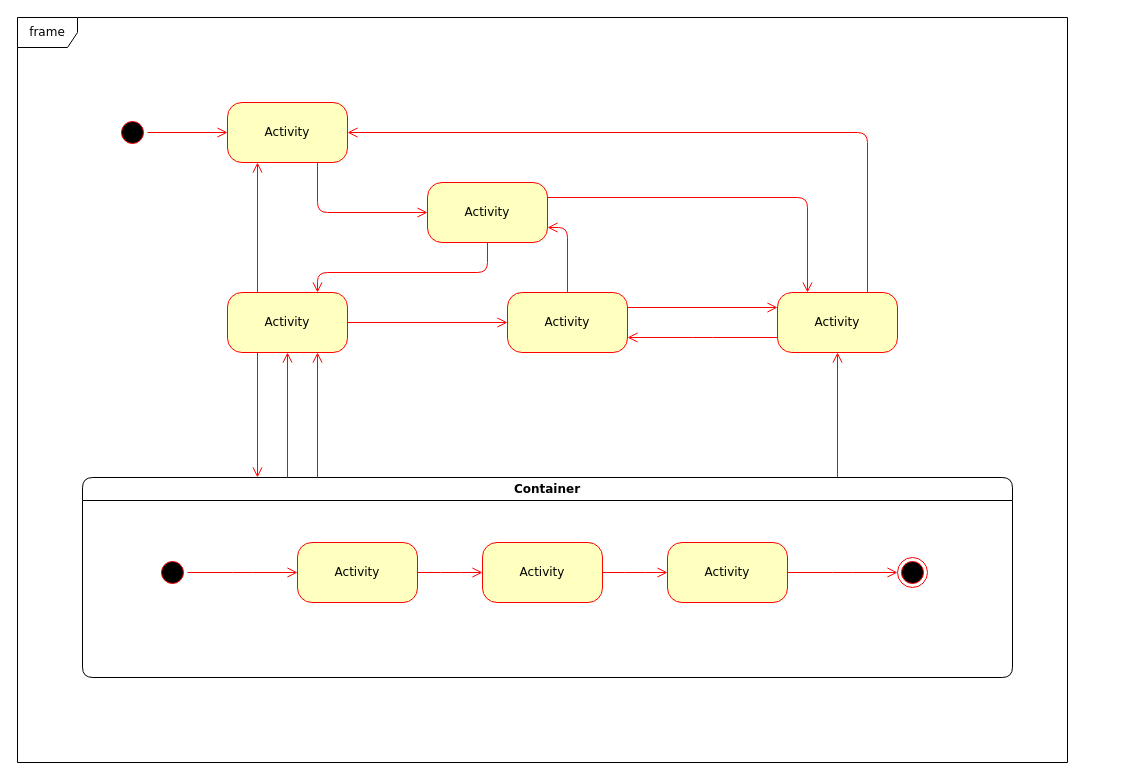
The draw.io diagram estadosGrampeadeira.drawio in JonanMuller/M04196N03_Grampeadeira, before the edit. Source tidied: cells renumbered, new cells numbered last; positions are measured from the earlier drawing's top-left corner, leaving out a move shared by most shapes. Both pictures are drawn from the tidied source at 100%, with x=0, y=0 at pixel (17, 17).
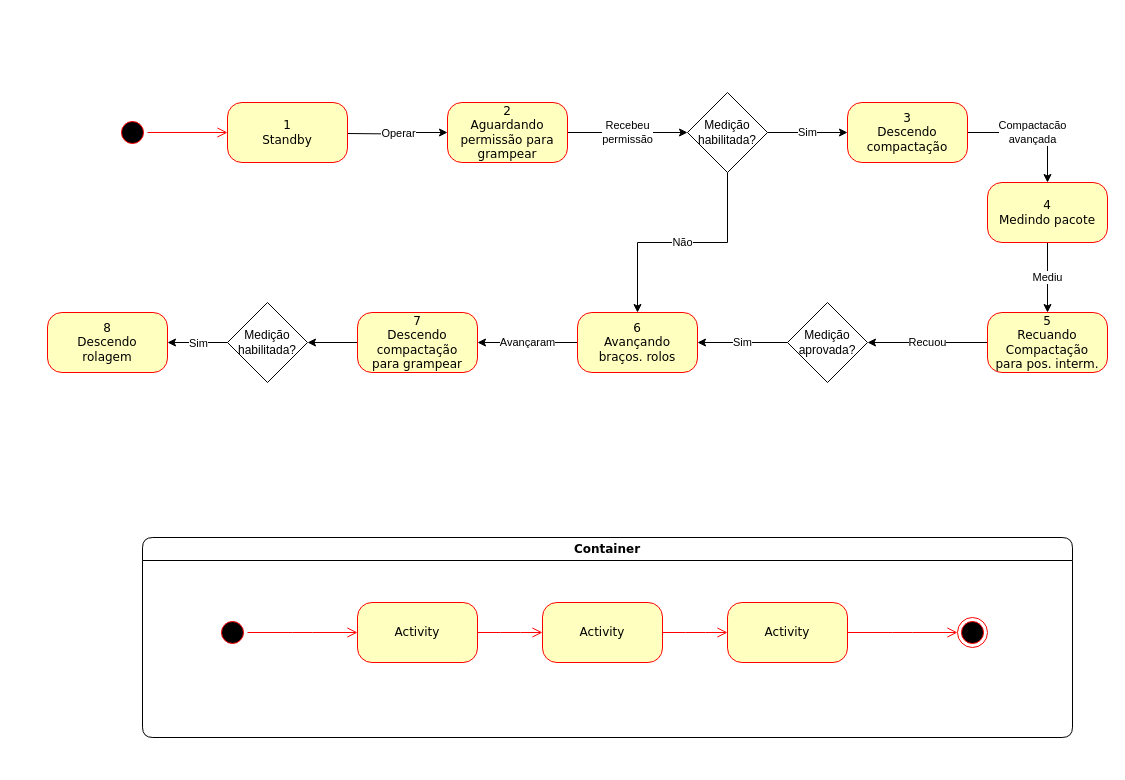
The same page after the edit.

What changed in the source:
```diff
@@
-    <mxCell id="3" value="Activity" style="rounded=1;whiteSpace=wrap;html=1;arcSize=24;fillColor=#ffffc0;strokeColor=#ff0000;shadow=0;comic=0;labelBackgroundColor=none;fontFamily=Verdana;fontSize=12;fontColor=#000000;align=center;" parent="1" vertex="1">
-      <mxGeometry x="210" y="275" width="120" height="60" as="geometry" />
-    </mxCell>
+    <mxCell id="33" value="Operar" style="edgeStyle=orthogonalEdgeStyle;rounded=0;jettySize=auto;html=1;entryX=0;entryY=0.5;entryDx=0;entryDy=0;" parent="1" edge="1" target="35">
+      <mxGeometry relative="1" as="geometry">
+        <mxPoint x="330" y="116" as="sourcePoint" />
+      </mxGeometry>
+    </mxCell>
-    <mxCell id="4" value="Activity" style="rounded=1;whiteSpace=wrap;html=1;arcSize=24;fillColor=#ffffc0;strokeColor=#ff0000;shadow=0;comic=0;labelBackgroundColor=none;fontFamily=Verdana;fontSize=12;fontColor=#000000;align=center;" parent="1" vertex="1">
+    <mxCell id="4" value="1&lt;br&gt;Standby" style="rounded=1;whiteSpace=wrap;html=1;arcSize=24;fillColor=#ffffc0;strokeColor=#ff0000;shadow=0;comic=0;labelBackgroundColor=none;fontFamily=Verdana;fontSize=12;fontColor=#000000;align=center;" parent="1" vertex="1">
       <mxGeometry x="210" y="85" width="120" height="60" as="geometry" />
     </mxCell>
-    <mxCell id="5" style="edgeStyle=orthogonalEdgeStyle;html=1;exitX=1;exitY=0.25;entryX=0.25;entryY=0;labelBackgroundColor=none;endArrow=open;endSize=8;strokeColor=#ff0000;fontFamily=Verdana;fontSize=12;align=left;" parent="1" edge="1" source="6" target="9">
-      <mxGeometry relative="1" as="geometry" />
-    </mxCell>
-    <mxCell id="6" value="Activity" style="rounded=1;whiteSpace=wrap;html=1;arcSize=24;fillColor=#ffffc0;strokeColor=#ff0000;shadow=0;comic=0;labelBackgroundColor=none;fontFamily=Verdana;fontSize=12;fontColor=#000000;align=center;" parent="1" vertex="1">
-      <mxGeometry x="410" y="165" width="120" height="60" as="geometry" />
-    </mxCell>
-    <mxCell id="7" style="edgeStyle=orthogonalEdgeStyle;html=1;exitX=0.75;exitY=0;entryX=1;entryY=0.5;labelBackgroundColor=none;endArrow=open;endSize=8;strokeColor=#ff0000;fontFamily=Verdana;fontSize=12;align=left;" parent="1" edge="1" source="9" target="4">
-      <mxGeometry relative="1" as="geometry">
-        <Array as="points">
-          <mxPoint x="850" y="115" />
-        </Array>
-      </mxGeometry>
-    </mxCell>
-    <mxCell id="8" style="edgeStyle=elbowEdgeStyle;html=1;exitX=0;exitY=0.75;entryX=1;entryY=0.75;labelBackgroundColor=none;endArrow=open;endSize=8;strokeColor=#ff0000;fontFamily=Verdana;fontSize=12;align=left;" parent="1" edge="1" source="9" target="10">
-      <mxGeometry relative="1" as="geometry" />
-    </mxCell>
-    <mxCell id="9" value="Activity" style="rounded=1;whiteSpace=wrap;html=1;arcSize=24;fillColor=#ffffc0;strokeColor=#ff0000;shadow=0;comic=0;labelBackgroundColor=none;fontFamily=Verdana;fontSize=12;fontColor=#000000;align=center;" parent="1" vertex="1">
-      <mxGeometry x="760" y="275" width="120" height="60" as="geometry" />
-    </mxCell>
-    <mxCell id="10" value="Activity" style="rounded=1;whiteSpace=wrap;html=1;arcSize=24;fillColor=#ffffc0;strokeColor=#ff0000;shadow=0;comic=0;labelBackgroundColor=none;fontFamily=Verdana;fontSize=12;fontColor=#000000;align=center;" parent="1" vertex="1">
-      <mxGeometry x="490" y="275" width="120" height="60" as="geometry" />
-    </mxCell>
-    <mxCell id="11" style="edgeStyle=elbowEdgeStyle;html=1;labelBackgroundColor=none;endArrow=open;endSize=8;strokeColor=#ff0000;fontFamily=Verdana;fontSize=12;align=left;" parent="1" edge="1" source="12" target="9">
-      <mxGeometry relative="1" as="geometry" />
-    </mxCell>
     <mxCell id="12" value="Container" style="swimlane;whiteSpace=wrap;html=1;rounded=1;shadow=0;comic=0;labelBackgroundColor=none;strokeWidth=1;fontFamily=Verdana;fontSize=12;align=center;" parent="1" vertex="1">
-      <mxGeometry x="65" y="460" width="930" height="200" as="geometry" />
+      <mxGeometry x="125" y="520" width="930" height="200" as="geometry" />
     </mxCell>
@@
-    <mxCell id="22" value="frame" style="shape=umlFrame;whiteSpace=wrap;html=1;rounded=1;shadow=0;comic=0;labelBackgroundColor=none;strokeWidth=1;fontFamily=Verdana;fontSize=12;align=center;" parent="1" vertex="1">
-      <mxGeometry width="1050" height="745" as="geometry" />
-    </mxCell>
@@
-    <mxCell id="24" style="edgeStyle=orthogonalEdgeStyle;html=1;labelBackgroundColor=none;endArrow=open;endSize=8;strokeColor=#ff0000;fontFamily=Verdana;fontSize=12;align=left;entryX=0;entryY=0.5;" parent="1" edge="1" source="4" target="6">
-      <mxGeometry relative="1" as="geometry">
-        <Array as="points">
-          <mxPoint x="300" y="195" />
-        </Array>
-      </mxGeometry>
-    </mxCell>
-    <mxCell id="25" style="edgeStyle=orthogonalEdgeStyle;html=1;entryX=0.75;entryY=0;labelBackgroundColor=none;endArrow=open;endSize=8;strokeColor=#ff0000;fontFamily=Verdana;fontSize=12;align=left;exitX=0.5;exitY=1;" parent="1" edge="1" source="6" target="3">
-      <mxGeometry relative="1" as="geometry">
-        <Array as="points">
-          <mxPoint x="470" y="255" />
-          <mxPoint x="300" y="255" />
-        </Array>
-      </mxGeometry>
-    </mxCell>
-    <mxCell id="26" style="edgeStyle=orthogonalEdgeStyle;html=1;exitX=0.25;exitY=0;entryX=0.25;entryY=1;labelBackgroundColor=none;endArrow=open;endSize=8;strokeColor=#ff0000;fontFamily=Verdana;fontSize=12;align=left;" parent="1" edge="1" source="3" target="4">
-      <mxGeometry relative="1" as="geometry" />
-    </mxCell>
-    <mxCell id="27" style="edgeStyle=orthogonalEdgeStyle;html=1;exitX=1;exitY=0.5;entryX=0;entryY=0.5;labelBackgroundColor=none;endArrow=open;endSize=8;strokeColor=#ff0000;fontFamily=Verdana;fontSize=12;align=left;" parent="1" edge="1" source="3" target="10">
-      <mxGeometry relative="1" as="geometry" />
-    </mxCell>
-    <mxCell id="28" style="edgeStyle=orthogonalEdgeStyle;html=1;exitX=0.5;exitY=0;entryX=1;entryY=0.75;labelBackgroundColor=none;endArrow=open;endSize=8;strokeColor=#ff0000;fontFamily=Verdana;fontSize=12;align=left;" parent="1" edge="1" source="10" target="6">
-      <mxGeometry relative="1" as="geometry" />
-    </mxCell>
-    <mxCell id="29" style="edgeStyle=orthogonalEdgeStyle;html=1;exitX=1;exitY=0.25;entryX=0;entryY=0.25;labelBackgroundColor=none;endArrow=open;endSize=8;strokeColor=#ff0000;fontFamily=Verdana;fontSize=12;align=left;" parent="1" edge="1" source="10" target="9">
-      <mxGeometry relative="1" as="geometry" />
-    </mxCell>
-    <mxCell id="30" style="edgeStyle=elbowEdgeStyle;html=1;labelBackgroundColor=none;endArrow=open;endSize=8;strokeColor=#ff0000;fontFamily=Verdana;fontSize=12;align=left;entryX=0.75;entryY=1;" parent="1" edge="1" source="12" target="3">
-      <mxGeometry relative="1" as="geometry" />
-    </mxCell>
-    <mxCell id="31" style="edgeStyle=elbowEdgeStyle;html=1;labelBackgroundColor=none;endArrow=open;endSize=8;strokeColor=#ff0000;fontFamily=Verdana;fontSize=12;align=left;entryX=0.5;entryY=1;" parent="1" edge="1" source="12" target="3">
-      <mxGeometry relative="1" as="geometry" />
-    </mxCell>
-    <mxCell id="32" style="edgeStyle=elbowEdgeStyle;html=1;labelBackgroundColor=none;endArrow=open;endSize=8;strokeColor=#ff0000;fontFamily=Verdana;fontSize=12;align=left;exitX=0.25;exitY=1;" parent="1" edge="1" source="3" target="12">
-      <mxGeometry relative="1" as="geometry" />
-    </mxCell>
+    <mxCell id="34" value="Recebeu&lt;br&gt;permissão" style="edgeStyle=orthogonalEdgeStyle;rounded=0;jettySize=auto;html=1;" parent="1" edge="1" source="35" target="40">
+      <mxGeometry relative="1" as="geometry" />
+    </mxCell>
+    <mxCell id="35" value="2&lt;br&gt;Aguardando&lt;br&gt;permissão para&lt;br&gt;grampear" style="rounded=1;whiteSpace=wrap;html=1;arcSize=24;fillColor=#ffffc0;strokeColor=#ff0000;shadow=0;comic=0;labelBackgroundColor=none;fontFamily=Verdana;fontSize=12;fontColor=#000000;align=center;" parent="1" vertex="1">
+      <mxGeometry x="430" y="85" width="120" height="60" as="geometry" />
+    </mxCell>
+    <mxCell id="36" value="Compactacão&lt;br&gt;avançada" style="edgeStyle=orthogonalEdgeStyle;rounded=0;jettySize=auto;html=1;exitX=1;exitY=0.5;exitDx=0;exitDy=0;entryX=0.5;entryY=0;entryDx=0;entryDy=0;" parent="1" edge="1" source="37" target="42">
+      <mxGeometry relative="1" as="geometry" />
+    </mxCell>
+    <mxCell id="37" value="3&lt;br&gt;Descendo&lt;br&gt;compactação" style="rounded=1;whiteSpace=wrap;html=1;arcSize=24;fillColor=#ffffc0;strokeColor=#ff0000;shadow=0;comic=0;labelBackgroundColor=none;fontFamily=Verdana;fontSize=12;fontColor=#000000;align=center;" parent="1" vertex="1">
+      <mxGeometry x="830" y="85" width="120" height="60" as="geometry" />
+    </mxCell>
+    <mxCell id="38" value="Sim" style="edgeStyle=orthogonalEdgeStyle;rounded=0;jettySize=auto;html=1;exitX=1;exitY=0.5;exitDx=0;exitDy=0;entryX=0;entryY=0.5;entryDx=0;entryDy=0;" parent="1" edge="1" source="40" target="37">
+      <mxGeometry relative="1" as="geometry" />
+    </mxCell>
+    <mxCell id="39" value="Não" style="edgeStyle=orthogonalEdgeStyle;rounded=0;jettySize=auto;html=1;exitX=0.5;exitY=1;exitDx=0;exitDy=0;entryX=0.5;entryY=0;entryDx=0;entryDy=0;" parent="1" edge="1" source="40" target="46">
+      <mxGeometry relative="1" as="geometry" />
+    </mxCell>
+    <mxCell id="40" value="Medição&lt;br&gt;habilitada?" style="rhombus;whiteSpace=wrap;html=1;" parent="1" vertex="1">
+      <mxGeometry x="670" y="75" width="80" height="80" as="geometry" />
+    </mxCell>
+    <mxCell id="41" value="Mediu" style="edgeStyle=orthogonalEdgeStyle;rounded=0;jettySize=auto;html=1;" parent="1" edge="1" source="42" target="44">
+      <mxGeometry relative="1" as="geometry" />
+    </mxCell>
+    <mxCell id="42" value="4&lt;br&gt;Medindo pacote" style="rounded=1;whiteSpace=wrap;html=1;arcSize=24;fillColor=#ffffc0;strokeColor=#ff0000;shadow=0;comic=0;labelBackgroundColor=none;fontFamily=Verdana;fontSize=12;fontColor=#000000;align=center;" parent="1" vertex="1">
+      <mxGeometry x="970" y="165" width="120" height="60" as="geometry" />
+    </mxCell>
+    <mxCell id="43" value="Recuou" style="edgeStyle=orthogonalEdgeStyle;rounded=0;jettySize=auto;html=1;" parent="1" edge="1" source="44" target="53">
+      <mxGeometry relative="1" as="geometry" />
+    </mxCell>
+    <mxCell id="44" value="5&lt;br&gt;Recuando&lt;br&gt;Compactação&lt;br&gt;para pos. interm." style="rounded=1;whiteSpace=wrap;html=1;arcSize=24;fillColor=#ffffc0;strokeColor=#ff0000;shadow=0;comic=0;labelBackgroundColor=none;fontFamily=Verdana;fontSize=12;fontColor=#000000;align=center;" parent="1" vertex="1">
+      <mxGeometry x="970" y="295" width="120" height="60" as="geometry" />
+    </mxCell>
+    <mxCell id="45" value="Avançaram" style="edgeStyle=orthogonalEdgeStyle;rounded=0;jettySize=auto;html=1;" parent="1" edge="1" source="46" target="48">
+      <mxGeometry relative="1" as="geometry" />
+    </mxCell>
+    <mxCell id="46" value="6&lt;br&gt;Avançando&lt;br&gt;braços. rolos" style="rounded=1;whiteSpace=wrap;html=1;arcSize=24;fillColor=#ffffc0;strokeColor=#ff0000;shadow=0;comic=0;labelBackgroundColor=none;fontFamily=Verdana;fontSize=12;fontColor=#000000;align=center;" parent="1" vertex="1">
+      <mxGeometry x="560" y="295" width="120" height="60" as="geometry" />
+    </mxCell>
+    <mxCell id="47" style="edgeStyle=orthogonalEdgeStyle;rounded=0;jettySize=auto;html=1;" parent="1" edge="1" source="48" target="51">
+      <mxGeometry relative="1" as="geometry" />
+    </mxCell>
+    <mxCell id="48" value="7&lt;br&gt;Descendo compactação&lt;br&gt;para grampear" style="rounded=1;whiteSpace=wrap;html=1;arcSize=24;fillColor=#ffffc0;strokeColor=#ff0000;shadow=0;comic=0;labelBackgroundColor=none;fontFamily=Verdana;fontSize=12;fontColor=#000000;align=center;" parent="1" vertex="1">
+      <mxGeometry x="340" y="295" width="120" height="60" as="geometry" />
+    </mxCell>
+    <mxCell id="49" value="8&lt;br&gt;Descendo&lt;br&gt;rolagem" style="rounded=1;whiteSpace=wrap;html=1;arcSize=24;fillColor=#ffffc0;strokeColor=#ff0000;shadow=0;comic=0;labelBackgroundColor=none;fontFamily=Verdana;fontSize=12;fontColor=#000000;align=center;" parent="1" vertex="1">
+      <mxGeometry x="30" y="295" width="120" height="60" as="geometry" />
+    </mxCell>
+    <mxCell id="50" value="Sim" style="edgeStyle=orthogonalEdgeStyle;rounded=0;jettySize=auto;html=1;" parent="1" edge="1" source="51">
+      <mxGeometry relative="1" as="geometry">
+        <mxPoint x="150" y="325" as="targetPoint" />
+      </mxGeometry>
+    </mxCell>
+    <mxCell id="51" value="Medição&lt;br&gt;habilitada?" style="rhombus;whiteSpace=wrap;html=1;" parent="1" vertex="1">
+      <mxGeometry x="210" y="285" width="80" height="80" as="geometry" />
+    </mxCell>
+    <mxCell id="52" value="Sim" style="edgeStyle=orthogonalEdgeStyle;rounded=0;jettySize=auto;html=1;" parent="1" edge="1" source="53" target="46">
+      <mxGeometry relative="1" as="geometry" />
+    </mxCell>
+    <mxCell id="53" value="Medição&lt;br&gt;aprovada?" style="rhombus;whiteSpace=wrap;html=1;" parent="1" vertex="1">
+      <mxGeometry x="770" y="285" width="80" height="80" as="geometry" />
+    </mxCell>
```
